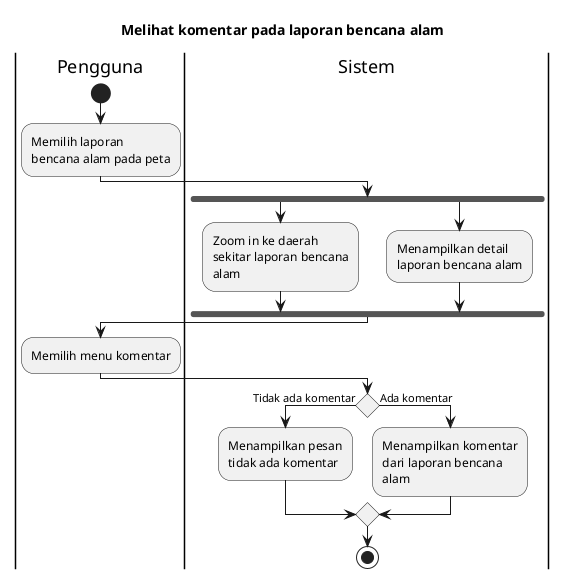
This is export/Activity Diagrams/UC-MAP - Peta Bencana/UC-MAP-010 - Melihat komentar pada laporan bencana alam.png from bagusNA/appl-diagrams, a PlantUML export, as it was before one commit.
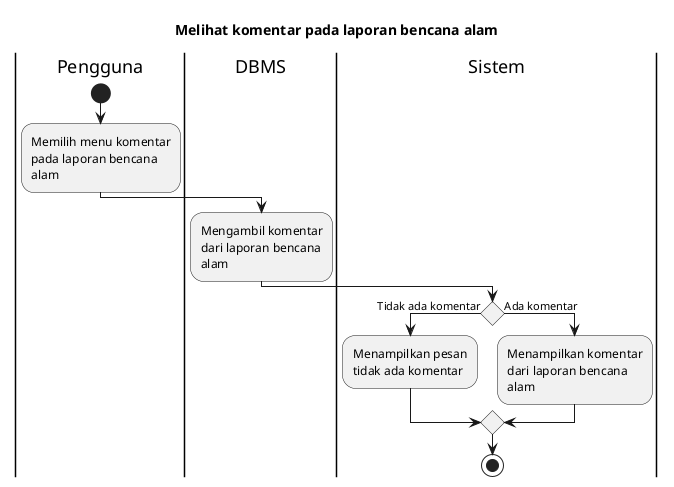
The same diagram one commit later.

Diff of the diagram source:
```diff
@@ -5,17 +5,10 @@
 
 |Pengguna|
 start
-:Memilih laporan bencana alam pada peta;
+:Memilih menu komentar pada laporan bencana alam;
 
-|Sistem|
-fork
-  :Zoom in ke daerah sekitar laporan bencana alam;
-fork again
-  :Menampilkan detail laporan bencana alam;
-endfork
-
-|Pengguna|
-:Memilih menu komentar;
+|DBMS|
+:Mengambil komentar dari laporan bencana alam;
 
 |Sistem|
 if () then (Tidak ada komentar)
```
